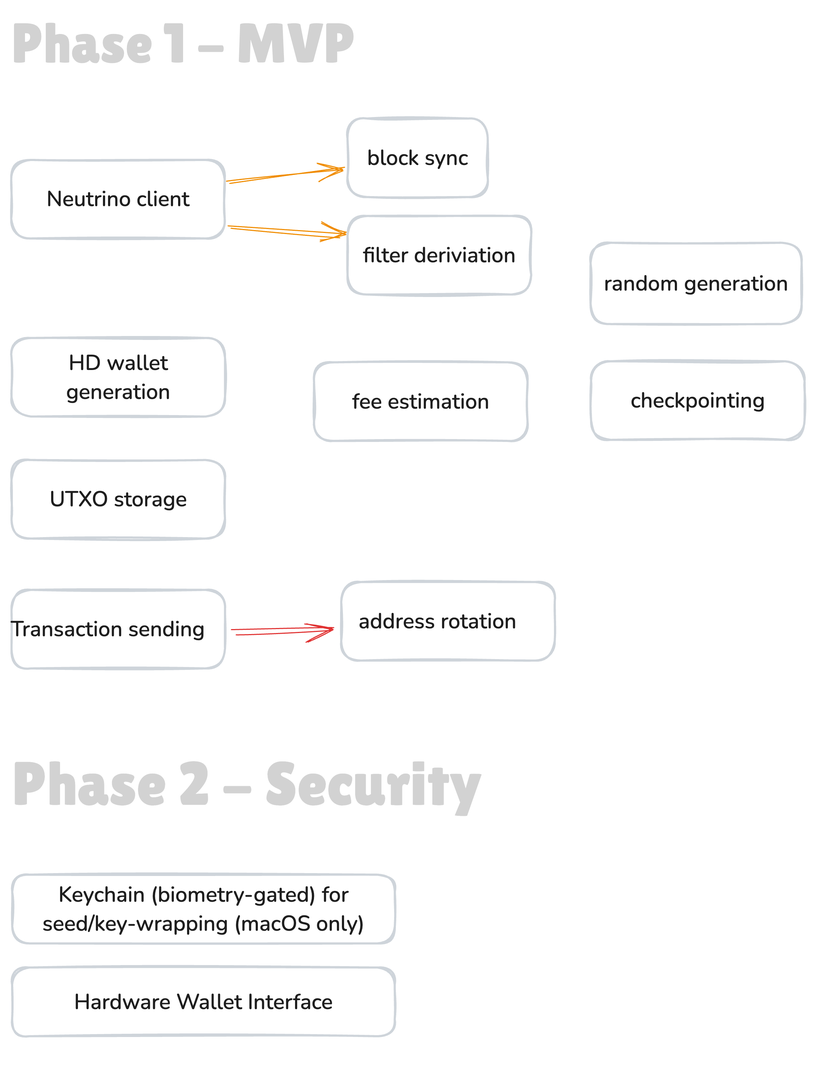
Earlier version of the Excalidraw export roadmap.excalidraw.png (satelliondao/satellion). Source tidied: one line per element, renumbered; positions are measured from the earlier drawing's top-left corner, leaving out a move shared by most shapes.
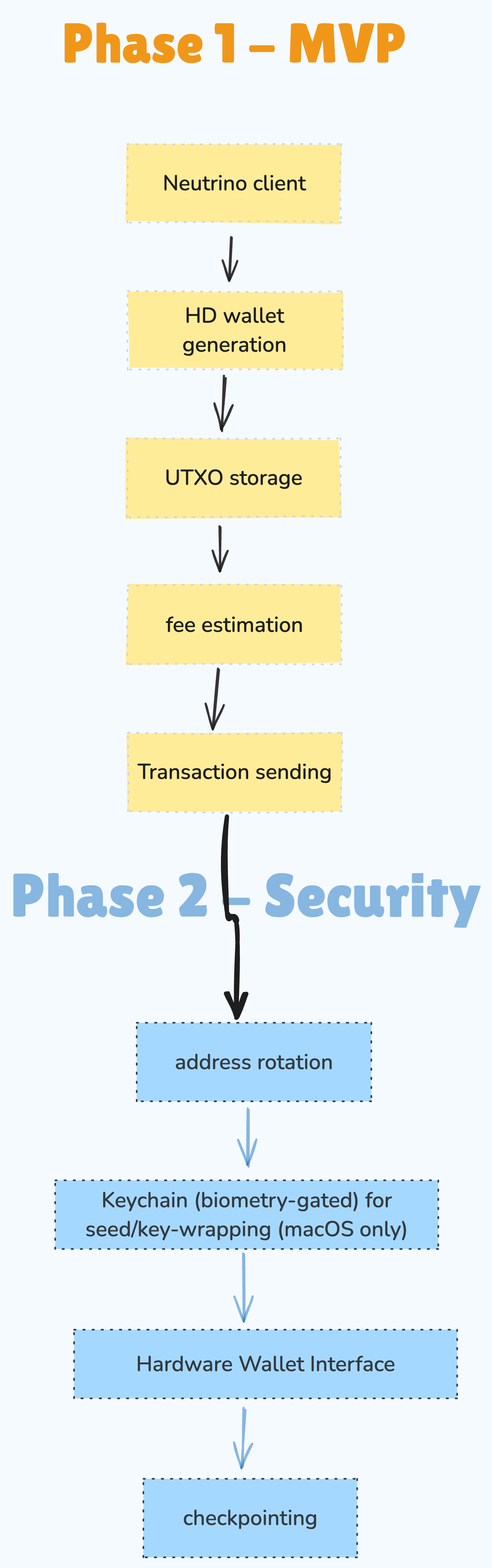
Later version of the same file.

Commit message:
chore: update roadmap design

Change to the diagram source:
```diff
@@ -1,29 +1,28 @@
-{"id": 0, "type": "text", "text": "Phase 2 - Security", "strokeColor": "#1e1e1e", "strokeWidth": 2, "roughness": 1, "opacity": 20, "fontSize": 56.92, "fontFamily": 7, "x": 1, "y": 687, "width": 438, "height": 65}
+{"id": 0, "type": "text", "text": "Phase 2 - Security", "strokeColor": "#1971c2", "strokeWidth": 2, "roughness": 1, "opacity": 50, "fontSize": 56.92, "fontFamily": 7, "x": 47, "y": 318, "width": 438, "height": 65}
-{"id": 1, "type": "rectangle", "strokeColor": "#ced4da", "strokeWidth": 2, "roughness": 1, "round": true, "x": 1, "y": 805, "width": 357, "height": 64}
+{"id": 1, "type": "rectangle", "strokeColor": "#343a40", "backgroundColor": "#a5d8ff", "fillStyle": "solid", "strokeWidth": 1, "strokeStyle": "dotted", "roughness": 0, "x": 88, "y": 616, "width": 357, "height": 64}
-{"id": 2, "type": "text", "text": "Keychain (biometry-gated) for\nseed/key-wrapping (macOS only)", "strokeColor": "#1e1e1e", "strokeWidth": 2, "roughness": 1, "fontSize": 20, "fontFamily": 6, "textAlign": "center", "verticalAlign": "middle", "inside": 1, "x": 29, "y": 810, "width": 300, "height": 54}
+{"id": 2, "type": "text", "text": "Keychain (biometry-gated) for\nseed/key-wrapping (macOS only)", "strokeColor": "#343a40", "strokeWidth": 2, "roughness": 1, "fontSize": 20, "fontFamily": 6, "textAlign": "center", "verticalAlign": "middle", "inside": 1, "x": 116, "y": 621, "width": 300, "height": 54}
-{"id": 3, "type": "rectangle", "strokeColor": "#ced4da", "strokeWidth": 2, "roughness": 1, "round": true, "x": 1, "y": 891, "width": 357, "height": 64}
+{"id": 3, "type": "rectangle", "strokeColor": "#343a40", "backgroundColor": "#a5d8ff", "fillStyle": "solid", "strokeWidth": 1, "strokeStyle": "dotted", "roughness": 0, "x": 106, "y": 755, "width": 357, "height": 64}
-{"id": 4, "type": "text", "text": "Hardware Wallet Interface", "strokeColor": "#1e1e1e", "strokeWidth": 2, "roughness": 1, "fontSize": 20, "fontFamily": 6, "textAlign": "center", "verticalAlign": "middle", "inside": 3, "x": 59, "y": 910, "width": 241, "height": 27}
+{"id": 4, "type": "text", "text": "Hardware Wallet Interface", "strokeColor": "#343a40", "strokeWidth": 2, "roughness": 1, "fontSize": 20, "fontFamily": 6, "textAlign": "center", "verticalAlign": "middle", "inside": 3, "x": 163, "y": 774, "width": 241, "height": 27}
-{"id": 5, "type": "text", "text": "Phase 1 - MVP", "strokeColor": "#1e1e1e", "strokeWidth": 2, "roughness": 1, "opacity": 20, "fontSize": 52.1, "fontFamily": 7, "x": 1, "y": 0, "width": 321, "height": 60}
+{"id": 5, "type": "text", "text": "Phase 1 - MVP", "strokeColor": "#f08c00", "strokeWidth": 2, "roughness": 1, "opacity": 90, "fontSize": 52.1, "fontFamily": 7, "x": 95, "y": -473, "width": 321, "height": 60}
-{"id": 6, "type": "rectangle", "strokeColor": "#ced4da", "strokeWidth": 2, "roughness": 1, "round": true, "x": 1, "y": 305, "width": 199, "height": 73}
+{"id": 6, "type": "rectangle", "strokeColor": "#ced4da", "backgroundColor": "#ffec99", "fillStyle": "solid", "strokeWidth": 1, "strokeStyle": "dotted", "roughness": 1, "x": 155, "y": -212, "width": 199, "height": 73}
-{"id": 7, "type": "text", "text": "HD wallet\ngeneration", "strokeColor": "#1e1e1e", "strokeWidth": 2, "roughness": 1, "fontSize": 20, "fontFamily": 6, "textAlign": "center", "verticalAlign": "middle", "inside": 6, "x": 52, "y": 314, "width": 97, "height": 54}
+{"id": 7, "type": "text", "text": "HD wallet\ngeneration", "strokeColor": "#1e1e1e", "strokeWidth": 2, "roughness": 1, "fontSize": 20, "fontFamily": 6, "textAlign": "center", "verticalAlign": "middle", "inside": 6, "x": 206, "y": -203, "width": 97, "height": 54}
-{"id": 8, "type": "rectangle", "strokeColor": "#ced4da", "strokeWidth": 2, "roughness": 1, "round": true, "x": 283, "y": 328, "width": 199, "height": 73}
+{"id": 8, "type": "rectangle", "strokeColor": "#ced4da", "backgroundColor": "#ffec99", "fillStyle": "solid", "strokeWidth": 1, "strokeStyle": "dotted", "roughness": 1, "x": 155, "y": 62, "width": 199, "height": 73}
-{"id": 9, "type": "text", "text": "fee estimation", "strokeColor": "#1e1e1e", "strokeWidth": 2, "roughness": 1, "fontSize": 20, "fontFamily": 6, "textAlign": "center", "verticalAlign": "middle", "inside": 8, "x": 318, "y": 351, "width": 128, "height": 27}
+{"id": 9, "type": "text", "text": "fee estimation", "strokeColor": "#1e1e1e", "strokeWidth": 2, "roughness": 1, "fontSize": 20, "fontFamily": 6, "textAlign": "center", "verticalAlign": "middle", "inside": 8, "x": 191, "y": 85, "width": 128, "height": 27}
-{"id": 10, "type": "rectangle", "strokeColor": "#ced4da", "strokeWidth": 2, "roughness": 1, "round": true, "x": 541, "y": 327, "width": 199, "height": 73}
+{"id": 10, "type": "rectangle", "strokeColor": "#343a40", "backgroundColor": "#a5d8ff", "fillStyle": "solid", "strokeWidth": 1, "strokeStyle": "dotted", "roughness": 0, "x": 170, "y": 894, "width": 199, "height": 73}
-{"id": 11, "type": "text", "text": "checkpointing", "strokeColor": "#1e1e1e", "strokeWidth": 2, "roughness": 1, "fontSize": 20, "fontFamily": 6, "textAlign": "center", "verticalAlign": "middle", "inside": 10, "x": 578, "y": 350, "width": 125, "height": 27}
+{"id": 11, "type": "text", "text": "checkpointing", "strokeColor": "#343a40", "strokeWidth": 2, "roughness": 1, "fontSize": 20, "fontFamily": 6, "textAlign": "center", "verticalAlign": "middle", "inside": 10, "x": 207, "y": 917, "width": 125, "height": 27}
-{"id": 12, "type": "rectangle", "strokeColor": "#ced4da", "strokeWidth": 2, "roughness": 1, "round": true, "x": 540, "y": 216, "width": 197, "height": 76}
-{"id": 13, "type": "text", "text": "random generation", "strokeColor": "#1e1e1e", "strokeWidth": 2, "roughness": 1, "fontSize": 20, "fontFamily": 6, "textAlign": "center", "verticalAlign": "middle", "inside": 12, "x": 553, "y": 240, "width": 172, "height": 27}
-{"id": 14, "type": "rectangle", "strokeColor": "#ced4da", "strokeWidth": 2, "roughness": 1, "round": true, "x": 1, "y": 419, "width": 199, "height": 73}
+{"id": 14, "type": "rectangle", "strokeColor": "#ced4da", "backgroundColor": "#ffec99", "fillStyle": "solid", "strokeWidth": 1, "strokeStyle": "dotted", "roughness": 1, "x": 155, "y": -75, "width": 199, "height": 73}
-{"id": 15, "type": "text", "text": "UTXO storage", "strokeColor": "#1e1e1e", "strokeWidth": 2, "roughness": 1, "fontSize": 20, "fontFamily": 6, "textAlign": "center", "verticalAlign": "middle", "inside": 14, "x": 36, "y": 442, "width": 128, "height": 27}
+{"id": 15, "type": "text", "text": "UTXO storage", "strokeColor": "#1e1e1e", "strokeWidth": 2, "roughness": 1, "fontSize": 20, "fontFamily": 6, "textAlign": "center", "verticalAlign": "middle", "inside": 14, "x": 190, "y": -52, "width": 128, "height": 27}
-{"id": 16, "type": "rectangle", "strokeColor": "#ced4da", "strokeWidth": 2, "roughness": 1, "round": true, "x": 314, "y": 191, "width": 171, "height": 73}
-{"id": 17, "type": "text", "text": "filter deriviation", "strokeColor": "#1e1e1e", "strokeWidth": 2, "roughness": 1, "fontSize": 20, "fontFamily": 6, "textAlign": "center", "verticalAlign": "middle", "inside": 16, "x": 328, "y": 214, "width": 142, "height": 27}
-{"id": 18, "type": "rectangle", "strokeColor": "#ced4da", "strokeWidth": 2, "roughness": 1, "round": true, "x": 0, "y": 139, "width": 199, "height": 73}
+{"id": 18, "type": "rectangle", "strokeColor": "#ced4da", "backgroundColor": "#ffec99", "fillStyle": "solid", "strokeWidth": 1, "strokeStyle": "dotted", "roughness": 1, "x": 155, "y": -349, "width": 199, "height": 73}
-{"id": 19, "type": "text", "text": "Neutrino client", "strokeColor": "#1e1e1e", "strokeWidth": 2, "roughness": 1, "fontSize": 20, "fontFamily": 6, "textAlign": "center", "verticalAlign": "middle", "inside": 18, "x": 33, "y": 162, "width": 133, "height": 27}
+{"id": 19, "type": "text", "text": "Neutrino client", "strokeColor": "#1e1e1e", "backgroundColor": "#ffec99", "fillStyle": "solid", "strokeWidth": 1, "strokeStyle": "dotted", "roughness": 1, "fontSize": 20, "fontFamily": 6, "textAlign": "center", "verticalAlign": "middle", "inside": 18, "x": 188, "y": -326, "width": 133, "height": 27}
-{"id": 20, "type": "rectangle", "strokeColor": "#ced4da", "strokeWidth": 2, "roughness": 1, "round": true, "x": 314, "y": 100, "width": 131, "height": 73}
-{"id": 21, "type": "text", "text": "block sync", "strokeColor": "#1e1e1e", "strokeWidth": 2, "roughness": 1, "fontSize": 20, "fontFamily": 6, "textAlign": "center", "verticalAlign": "middle", "inside": 20, "x": 332, "y": 123, "width": 94, "height": 27}
-{"id": 22, "type": "arrow", "strokeColor": "#f08c00", "strokeWidth": 1, "roughness": 2, "endArrowhead": "arrow", "round": true, "from": 18, "to": 20, "x": 203, "y": 160, "width": 107, "height": 12, "points": [[0, 0], [107, -12]]}
-{"id": 23, "type": "arrow", "strokeColor": "#f08c00", "strokeWidth": 1, "roughness": 2, "endArrowhead": "arrow", "round": true, "from": 18, "to": 16, "x": 204, "y": 202, "width": 104, "height": 6, "points": [[0, 0], [104, 6]]}
-{"id": 24, "type": "rectangle", "strokeColor": "#ced4da", "strokeWidth": 2, "roughness": 1, "round": true, "x": 1, "y": 539, "width": 199, "height": 73}
+{"id": 24, "type": "rectangle", "strokeColor": "#ced4da", "backgroundColor": "#ffec99", "fillStyle": "solid", "strokeWidth": 1, "strokeStyle": "dotted", "roughness": 1, "x": 156, "y": 199, "width": 199, "height": 73}
-{"id": 25, "type": "text", "text": "Transaction sending", "strokeColor": "#1e1e1e", "strokeWidth": 2, "roughness": 1, "fontSize": 20, "fontFamily": 6, "textAlign": "center", "verticalAlign": "middle", "inside": 24, "x": 0, "y": 563, "width": 181, "height": 27}
+{"id": 25, "type": "text", "text": "Transaction sending", "strokeColor": "#1e1e1e", "backgroundColor": "#b2f2bb", "fillStyle": "solid", "strokeWidth": 2, "roughness": 1, "fontSize": 20, "fontFamily": 6, "textAlign": "center", "verticalAlign": "middle", "inside": 24, "x": 165, "y": 222, "width": 181, "height": 27}
-{"id": 26, "type": "rectangle", "strokeColor": "#ced4da", "strokeWidth": 2, "roughness": 1, "round": true, "x": 308, "y": 532, "width": 199, "height": 73}
+{"id": 26, "type": "rectangle", "strokeColor": "#343a40", "backgroundColor": "#a5d8ff", "fillStyle": "solid", "strokeWidth": 1, "strokeStyle": "dotted", "roughness": 0, "x": 164, "y": 469, "width": 218, "height": 73}
-{"id": 27, "type": "text", "text": "address rotation", "strokeColor": "#1e1e1e", "strokeWidth": 2, "roughness": 1, "fontSize": 20, "fontFamily": 6, "textAlign": "center", "verticalAlign": "middle", "inside": 26, "x": 324, "y": 555, "width": 147, "height": 27}
+{"id": 27, "type": "text", "text": "address rotation", "strokeColor": "#343a40", "backgroundColor": "#b2f2bb", "fillStyle": "solid", "strokeWidth": 2, "roughness": 1, "fontSize": 20, "fontFamily": 6, "textAlign": "center", "verticalAlign": "middle", "inside": 26, "x": 199, "y": 492, "width": 147, "height": 27}
-{"id": 28, "type": "arrow", "strokeColor": "#e03131", "strokeWidth": 1, "roughness": 2, "endArrowhead": "arrow", "round": true, "from": 24, "to": 26, "x": 207, "y": 579, "width": 93, "height": 2, "points": [[0, 0], [93, -2]]}
+{"id": 28, "type": "arrow", "strokeColor": "#1e1e1e", "backgroundColor": "#b2f2bb", "fillStyle": "solid", "strokeWidth": 4, "roughness": 2, "endArrowhead": "arrow", "from": 24, "to": 26, "x": 248, "y": 277, "width": 9, "height": 188, "points": [[0, 0], [0, 94], [9, 94], [9, 188]]}
+{"id": 29, "type": "arrow", "strokeColor": "#1e1e1e", "strokeWidth": 2, "roughness": 1, "opacity": 90, "endArrowhead": "arrow", "round": true, "from": 18, "to": 6, "x": 252, "y": -262, "width": 2, "height": 40, "points": [[0, 0], [-2, 40]]}
+{"id": 30, "type": "arrow", "strokeColor": "#1e1e1e", "backgroundColor": "#b2f2bb", "fillStyle": "solid", "strokeWidth": 2, "roughness": 1, "opacity": 90, "endArrowhead": "arrow", "round": true, "from": 6, "to": 14, "x": 246, "y": -133, "width": 3, "height": 50, "points": [[0, 0], [-3, 50]]}
+{"id": 31, "type": "arrow", "strokeColor": "#1e1e1e", "backgroundColor": "#b2f2bb", "fillStyle": "solid", "strokeWidth": 2, "roughness": 1, "opacity": 90, "endArrowhead": "arrow", "round": true, "from": 14, "to": 8, "x": 241, "y": 7, "width": 1, "height": 41, "points": [[0, 0], [1, 41]]}
+{"id": 32, "type": "arrow", "strokeColor": "#1e1e1e", "backgroundColor": "#b2f2bb", "fillStyle": "solid", "strokeWidth": 2, "roughness": 1, "opacity": 90, "endArrowhead": "arrow", "round": true, "from": 8, "to": 24, "x": 239, "y": 140, "width": 5, "height": 54, "points": [[0, 0], [-5, 54]]}
+{"id": 33, "type": "arrow", "strokeColor": "#1971c2", "backgroundColor": "#a5d8ff", "fillStyle": "solid", "strokeWidth": 2, "roughness": 1, "opacity": 50, "endArrowhead": "arrow", "round": true, "from": 26, "to": 1, "x": 267, "y": 551, "width": 2, "height": 52, "points": [[0, 0], [2, 52]]}
+{"id": 34, "type": "arrow", "strokeColor": "#1971c2", "backgroundColor": "#a5d8ff", "fillStyle": "solid", "strokeWidth": 2, "roughness": 1, "opacity": 50, "endArrowhead": "arrow", "round": true, "from": 1, "to": 3, "x": 263, "y": 684, "width": 0, "height": 63, "points": [[0, 0], [0, 63]]}
+{"id": 35, "type": "arrow", "strokeColor": "#1971c2", "backgroundColor": "#a5d8ff", "fillStyle": "solid", "strokeWidth": 2, "roughness": 1, "opacity": 50, "endArrowhead": "arrow", "round": true, "from": 3, "to": 10, "x": 264, "y": 829, "width": 1, "height": 54, "points": [[0, 0], [-1, 54]]}
```
